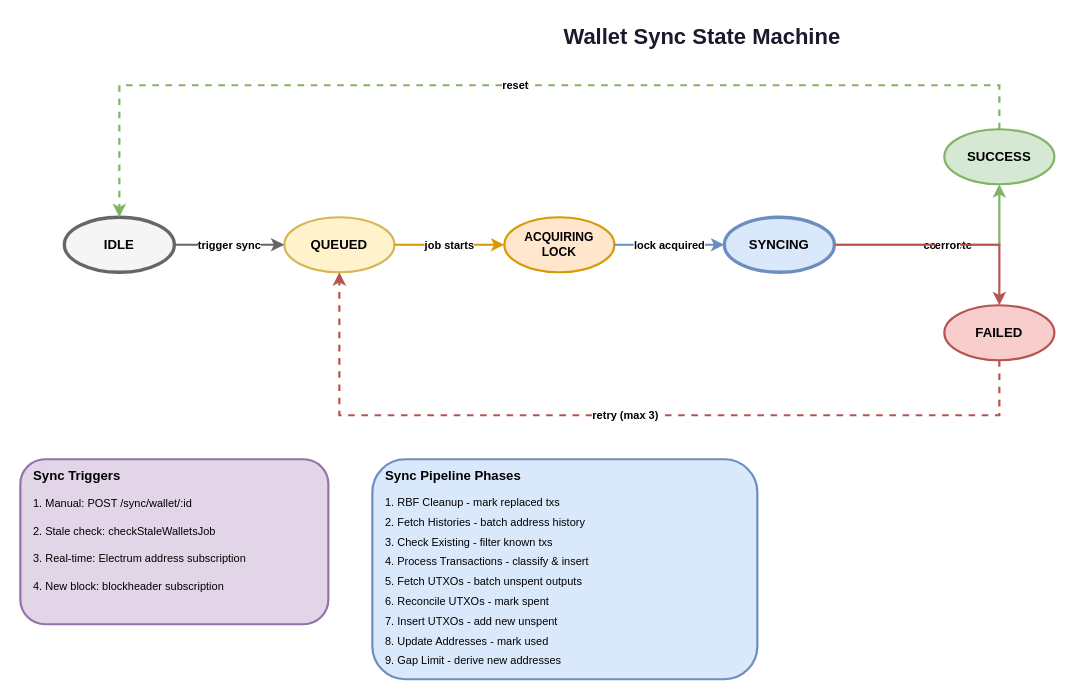
Above: page "Wallet Sync" (2 of 6) of docs/assets/state-diagram.drawio in nekoguntai-castle/sanctuary (draw.io), before the change. Source tidied: cells renumbered, new cells numbered last; positions are measured from the earlier drawing's top-left corner, leaving out a move shared by most shapes. Both pictures are drawn from the tidied source at 110%, with x=0, y=0 at pixel (20, 19).
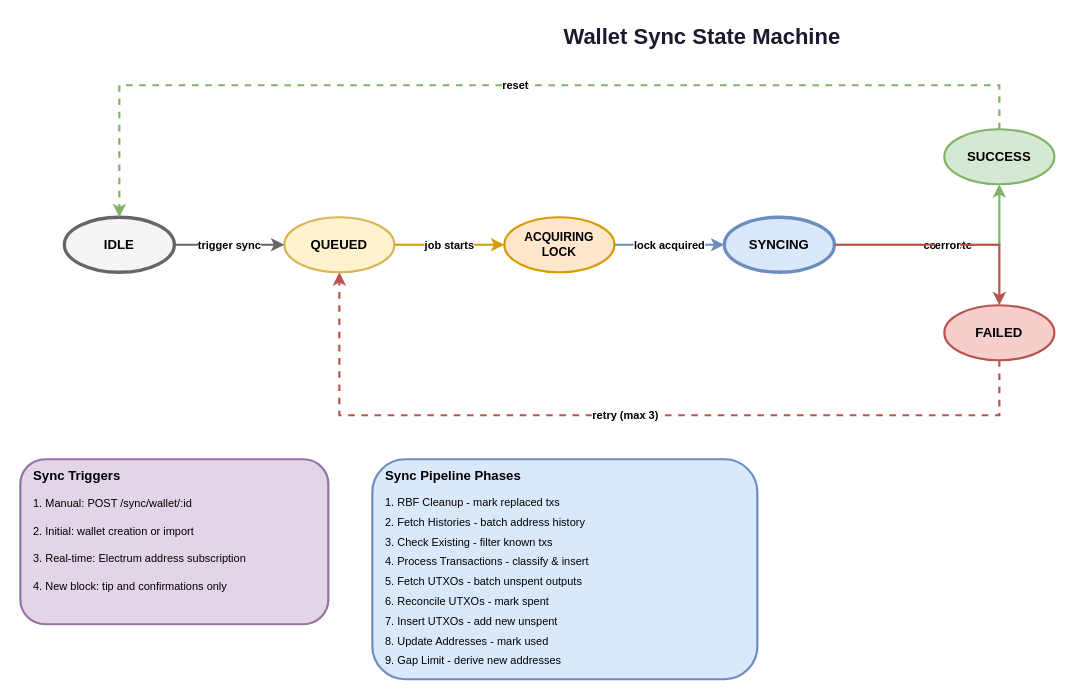
The same diagram, later.

What changed in the source:
```diff
@@
-    <mxCell id="19" value="2. Stale check: checkStaleWalletsJob" style="text;html=1;strokeColor=none;fillColor=none;align=left;verticalAlign=middle;whiteSpace=wrap;rounded=0;fontSize=10;" parent="1" vertex="1">
+    <mxCell id="19" value="2. Initial: wallet creation or import" style="text;html=1;strokeColor=none;fillColor=none;align=left;verticalAlign=middle;whiteSpace=wrap;rounded=0;fontSize=10;" parent="1" vertex="1">
       <mxGeometry x="10" y="455" width="220" height="20" as="geometry" />
     </mxCell>
@@
-    <mxCell id="21" value="4. New block: blockheader subscription" style="text;html=1;strokeColor=none;fillColor=none;align=left;verticalAlign=middle;whiteSpace=wrap;rounded=0;fontSize=10;" parent="1" vertex="1">
+    <mxCell id="21" value="4. New block: tip and confirmations only" style="text;html=1;strokeColor=none;fillColor=none;align=left;verticalAlign=middle;whiteSpace=wrap;rounded=0;fontSize=10;" parent="1" vertex="1">
       <mxGeometry x="10" y="505" width="250" height="20" as="geometry" />
     </mxCell>
```
